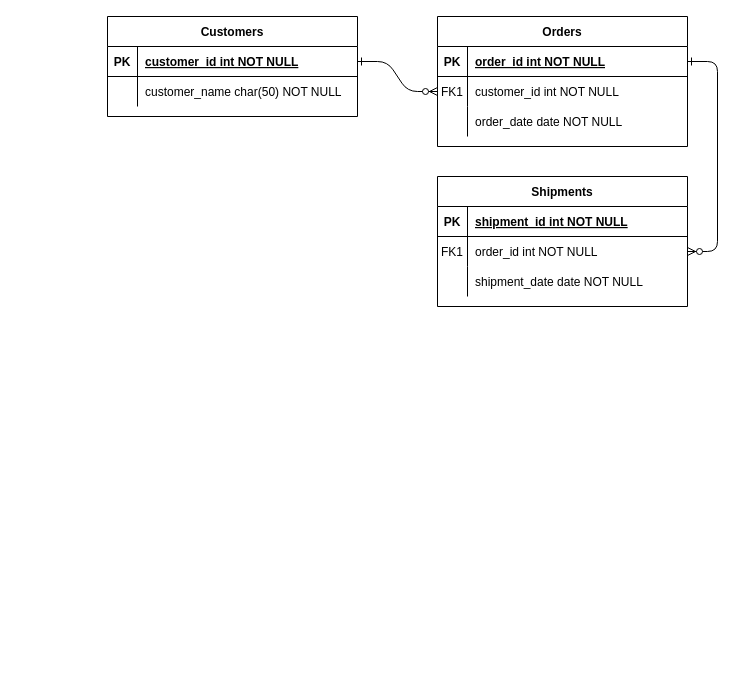
Above: Walang Pamagat na Dayagram.drawio in zephyrstorm123/MO-IT107-Worksheet3-ERD (draw.io), before the change. Source tidied: cells renumbered, new cells numbered last; positions are measured from the earlier drawing's top-left corner, leaving out a move shared by most shapes. Both pictures are drawn from the tidied source at 100%, with x=0, y=0 at pixel (107, 16).
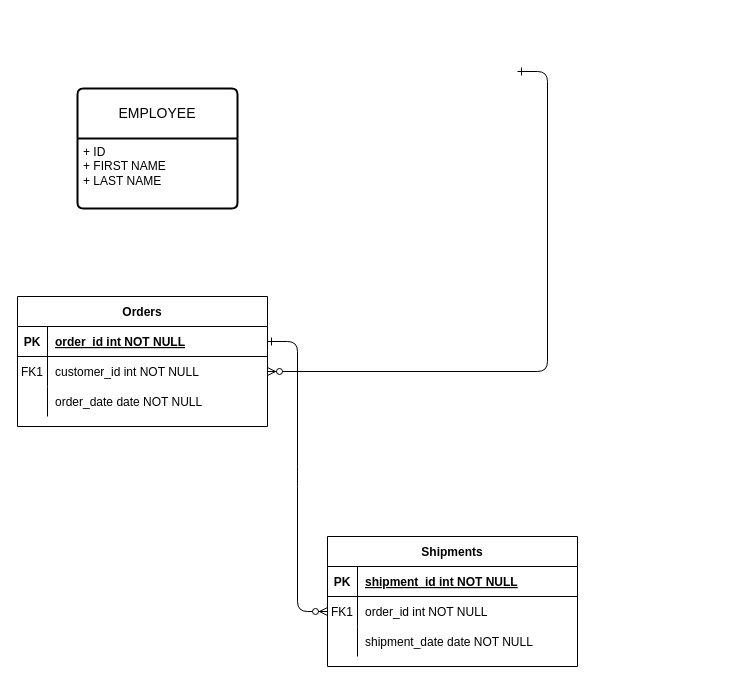
After the change.

The change refers to these unchanged cells:
```xml
<mxCell id="8" style="shape=partialRectangle;fillColor=none;points=[[0,0.5],[1,0.5]];portConstraint=eastwest;top=0;left=0;right=0;bottom=0;" parent="4" vertex="1">
  <mxGeometry y="60" width="250" height="30" as="geometry" />
</mxCell>
```

What changed in the source:
```diff
@@
-    <mxCell id="2" style="edgeStyle=entityRelationEdgeStyle;endArrow=ERzeroToMany;startArrow=ERone;endFill=1;startFill=0;" parent="1" edge="1" source="25" target="8">
-      <mxGeometry relative="1" as="geometry" />
+    <mxCell id="2" style="edgeStyle=entityRelationEdgeStyle;endArrow=ERzeroToMany;startArrow=ERone;endFill=1;startFill=0;" parent="1" edge="1" target="8">
+      <mxGeometry relative="1" as="geometry">
+        <mxPoint x="410" y="55" as="sourcePoint" />
+      </mxGeometry>
     </mxCell>
@@
     <mxCell id="4" value="Orders" style="shape=table;startSize=30;childLayout=tableLayout;rowLines=0;fontStyle=1;align=center;" parent="1" vertex="1">
-      <mxGeometry x="330" width="250" height="130" as="geometry" />
+      <mxGeometry x="-90" y="280" width="250" height="130" as="geometry" />
     </mxCell>
@@
     <mxCell id="14" value="Shipments" style="shape=table;startSize=30;childLayout=tableLayout;rowLines=0;fontStyle=1;align=center;" parent="1" vertex="1">
-      <mxGeometry x="330" y="160" width="250" height="130" as="geometry" />
+      <mxGeometry x="220" y="520" width="250" height="130" as="geometry" />
     </mxCell>
@@
-    <mxCell id="24" value="Customers" style="shape=table;startSize=30;childLayout=tableLayout;rowLines=0;fontStyle=1;align=center;" parent="1" vertex="1">
-      <mxGeometry width="250" height="100" as="geometry" />
-    </mxCell>
-    <mxCell id="25" style="shape=partialRectangle;fillColor=none;points=[[0,0.5],[1,0.5]];portConstraint=eastwest;top=0;left=0;right=0;bottom=1;" parent="24" vertex="1">
-      <mxGeometry y="30" width="250" height="30" as="geometry" />
-    </mxCell>
-    <mxCell id="26" value="PK" style="shape=partialRectangle;overflow=hidden;fillColor=none;top=0;left=0;bottom=0;right=0;fontStyle=1;" parent="25" vertex="1">
-      <mxGeometry width="30" height="30" as="geometry" />
-    </mxCell>
-    <mxCell id="27" value="customer_id int NOT NULL " style="shape=partialRectangle;overflow=hidden;fillColor=none;top=0;left=0;bottom=0;right=0;align=left;spacingLeft=6;fontStyle=5;" parent="25" vertex="1">
-      <mxGeometry x="30" width="220" height="30" as="geometry" />
-    </mxCell>
-    <mxCell id="28" style="shape=partialRectangle;fillColor=none;top=0;left=0;right=0;bottom=0;" parent="24" vertex="1">
-      <mxGeometry y="60" width="250" height="30" as="geometry" />
-    </mxCell>
-    <mxCell id="29" style="shape=partialRectangle;overflow=hidden;fillColor=none;top=0;left=0;bottom=0;right=0;" parent="28" vertex="1">
-      <mxGeometry width="30" height="30" as="geometry" />
-    </mxCell>
-    <mxCell id="30" value="customer_name char(50) NOT NULL" style="shape=partialRectangle;overflow=hidden;fillColor=none;top=0;left=0;bottom=0;right=0;align=left;spacingLeft=6;" parent="28" vertex="1">
-      <mxGeometry x="30" width="220" height="30" as="geometry" />
-    </mxCell>
+    <mxCell id="31" value="EMPLOYEE" style="swimlane;horizontal=1;startSize=50;rounded=1;fontSize=14;fontStyle=0;strokeWidth=2;shadow=0;dashed=0;align=center;arcSize=4;whiteSpace=wrap;html=1;" parent="1" vertex="1">
+      <mxGeometry x="-30" y="72" width="160" height="120" as="geometry" />
+    </mxCell>
+    <mxCell id="32" value="+ ID&lt;br&gt;+ FIRST NAME&lt;br&gt;+ LAST NAME" style="align=left;strokeColor=none;fillColor=none;spacingLeft=4;fontSize=12;verticalAlign=top;html=1;" parent="31" vertex="1">
+      <mxGeometry y="50" width="160" height="70" as="geometry" />
+    </mxCell>
```
